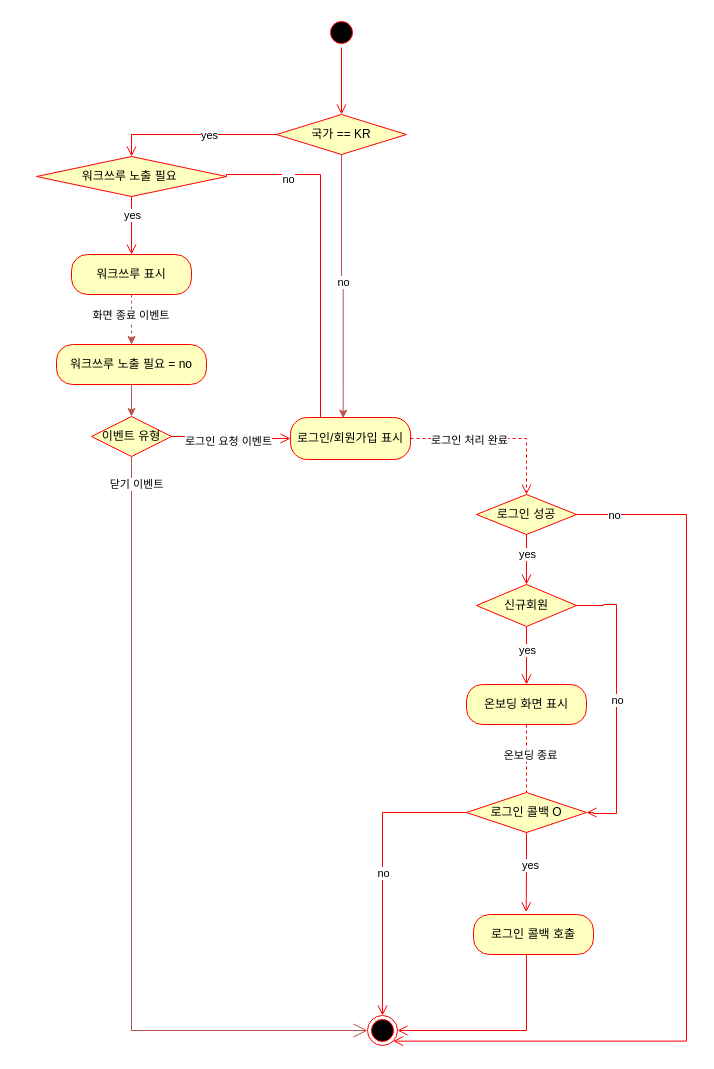
This is page "로그인" (4 of 5) of 제목 없는 다이어그램.drawio from gookhee/diagrams, a draw.io file, before an edit. Source tidied: cells renumbered, new cells numbered last; positions are measured from the earlier drawing's top-left corner, leaving out a move shared by most shapes. Both pictures are drawn from the tidied source at 100%, with x=0, y=0 at pixel (36, 17).
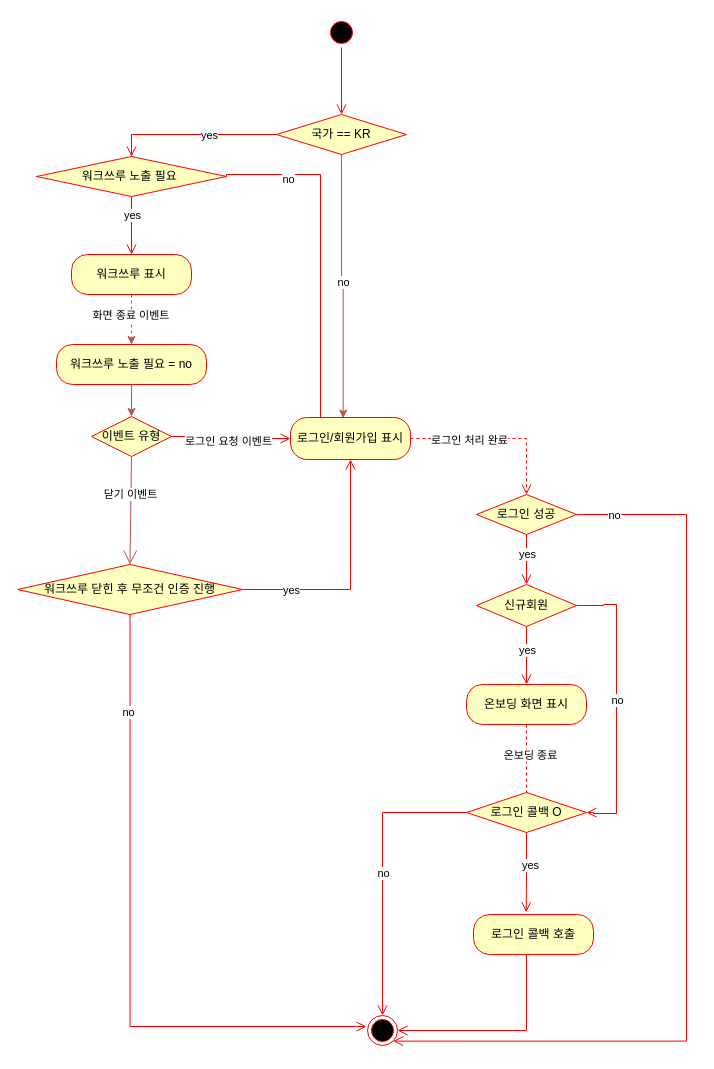
After the change.

Unchanged cells that the change refers to:
```xml
<mxCell id="19" value="로그인/회원가입 표시" style="rounded=1;whiteSpace=wrap;html=1;arcSize=40;fontColor=#000000;fillColor=#ffffc0;strokeColor=#ff0000;" parent="1" vertex="1">
  <mxGeometry x="254" y="400" width="120" height="42" as="geometry" />
</mxCell>
<mxCell id="37" style="ellipse;html=1;shape=endState;fillColor=#000000;strokeColor=#ff0000;" parent="1" vertex="1">
  <mxGeometry x="331" y="998" width="30" height="30" as="geometry" />
</mxCell>
<mxCell id="46" value="이벤트 유형" style="rhombus;whiteSpace=wrap;html=1;fontColor=#000000;fillColor=#ffffc0;strokeColor=#ff0000;" parent="1" vertex="1">
  <mxGeometry x="55" y="399" width="80" height="40" as="geometry" />
</mxCell>
```

Change to the diagram source:
```diff
@@
-    <mxCell id="38" value="닫기 이벤트" style="endArrow=open;endSize=12;html=1;rounded=0;exitX=0.5;exitY=1;exitDx=0;exitDy=0;entryX=0;entryY=0.5;entryDx=0;entryDy=0;fillColor=#f8cecc;strokeColor=#b85450;" parent="1" edge="1" source="46" target="37">
-      <mxGeometry x="-0.93" y="5" relative="1" as="geometry">
-        <Array as="points">
-          <mxPoint x="95" y="797" />
-          <mxPoint x="95" y="1013" />
-        </Array>
-      </mxGeometry>
+    <mxCell id="38" value="닫기 이벤트" style="endArrow=open;endSize=12;html=1;rounded=0;exitX=0.5;exitY=1;exitDx=0;exitDy=0;fillColor=#f8cecc;strokeColor=#b85450;entryX=0.5;entryY=0;entryDx=0;entryDy=0;" parent="1" edge="1" source="46" target="47">
+      <mxGeometry x="-0.3" relative="1" as="geometry" />
     </mxCell>
@@
+    <mxCell id="47" value="워크쓰루 닫힌 후 무조건 인증 진행" style="rhombus;whiteSpace=wrap;html=1;fontColor=#000000;fillColor=#ffffc0;strokeColor=#ff0000;" parent="1" vertex="1">
+      <mxGeometry x="-19" y="547" width="225" height="50" as="geometry" />
+    </mxCell>
+    <mxCell id="48" style="edgeStyle=orthogonalEdgeStyle;html=1;align=left;verticalAlign=bottom;endArrow=open;endSize=8;strokeColor=#ff0000;rounded=0;entryX=0.5;entryY=1;entryDx=0;entryDy=0;exitX=1;exitY=0.5;exitDx=0;exitDy=0;" parent="1" edge="1" source="47" target="19">
+      <mxGeometry x="-1" relative="1" as="geometry" />
+    </mxCell>
+    <mxCell id="49" value="yes" style="edgeLabel;html=1;align=center;verticalAlign=middle;" parent="48" vertex="1">
+      <mxGeometry x="0.15" y="-2" relative="1" as="geometry">
+        <mxPoint x="-62" y="29" as="offset" />
+      </mxGeometry>
+    </mxCell>
+    <mxCell id="50" style="edgeStyle=orthogonalEdgeStyle;html=1;align=left;verticalAlign=top;endArrow=open;endSize=8;strokeColor=#ff0000;rounded=0;exitX=0.5;exitY=1;exitDx=0;exitDy=0;entryX=-0.033;entryY=0.367;entryDx=0;entryDy=0;entryPerimeter=0;" parent="1" edge="1" source="47" target="37">
+      <mxGeometry x="-1" relative="1" as="geometry" />
+    </mxCell>
+    <mxCell id="51" value="no" style="edgeLabel;html=1;align=center;verticalAlign=middle;" parent="50" vertex="1">
+      <mxGeometry x="-0.7" y="-2" relative="1" as="geometry" />
+    </mxCell>
```
